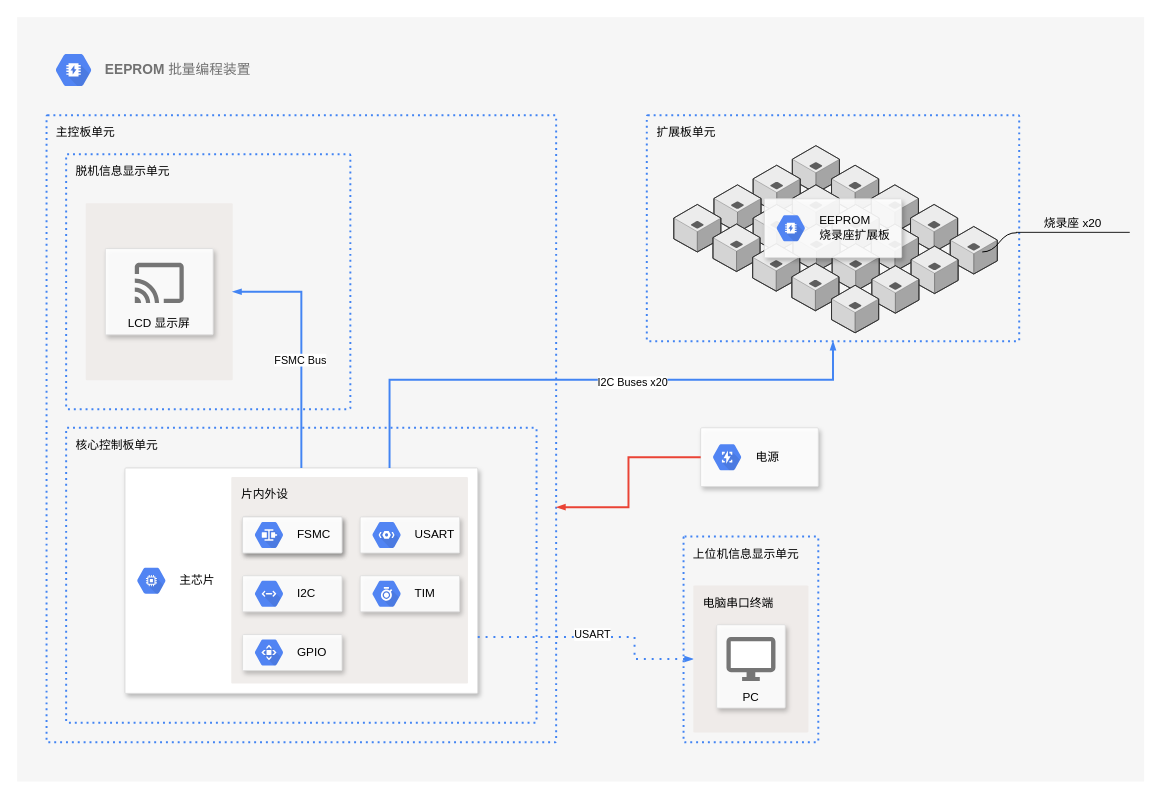
SummerFalls/DrawIO keeps this draw.io diagram as EEPROM_批量编程装置/EEPROM_批量编程装置.drawio. Above is the earlier version. Source tidied: cells renumbered, new cells numbered last; positions are measured from the earlier drawing's top-left corner, leaving out a move shared by most shapes. Both pictures are drawn from the tidied source at 98%, with x=0, y=0 at pixel (17, 17).
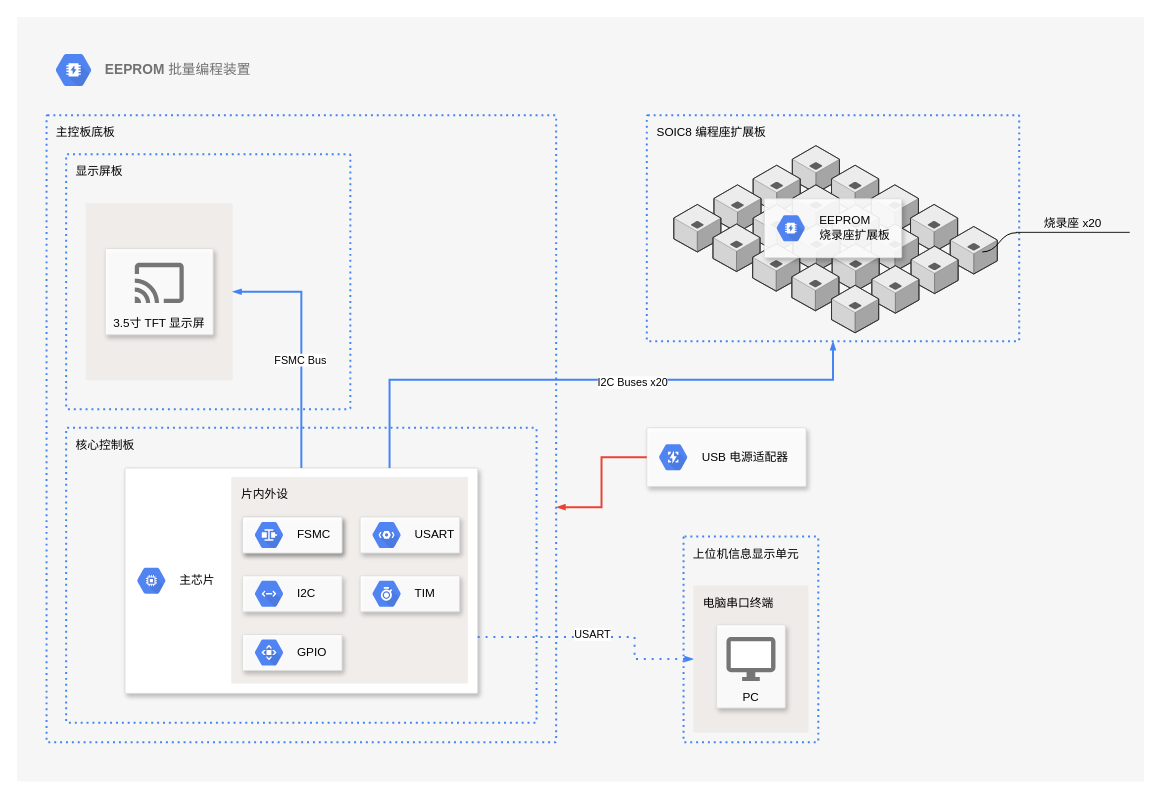
Above is the later version.

Commit message:
Update EEPROM_批量编程装置.drawio

The change refers to these unchanged cells:
```xml
<mxCell id="48" style="group;" parent="47" vertex="1">
  <mxGeometry y="10.4" width="150" height="180.4" as="geometry" />
</mxCell>
```

Diff of the diagram source:
```diff
@@
-    <mxCell id="4" value="主控板单元" style="rounded=1;absoluteArcSize=1;arcSize=2;html=1;strokeColor=#4284F3;gradientColor=none;shadow=0;dashed=1;fontSize=12;align=left;verticalAlign=top;spacing=10;spacingTop=-4;fillColor=none;dashPattern=1 2;strokeWidth=2;" parent="1" vertex="1">
+    <mxCell id="4" value="主控板底板" style="rounded=1;absoluteArcSize=1;arcSize=2;html=1;strokeColor=#4284F3;gradientColor=none;shadow=0;dashed=1;fontSize=12;align=left;verticalAlign=top;spacing=10;spacingTop=-4;fillColor=none;dashPattern=1 2;strokeWidth=2;" parent="1" vertex="1">
       <mxGeometry x="30" y="100" width="520" height="640" as="geometry" />
     </mxCell>
-    <mxCell id="5" value="脱机信息显示单元" style="rounded=1;absoluteArcSize=1;arcSize=2;html=1;strokeColor=#4284F3;gradientColor=none;shadow=0;dashed=1;fontSize=12;align=left;verticalAlign=top;spacing=10;spacingTop=-4;fillColor=none;dashPattern=1 2;strokeWidth=2;" parent="1" vertex="1">
+    <mxCell id="5" value="显示屏板" style="rounded=1;absoluteArcSize=1;arcSize=2;html=1;strokeColor=#4284F3;gradientColor=none;shadow=0;dashed=1;fontSize=12;align=left;verticalAlign=top;spacing=10;spacingTop=-4;fillColor=none;dashPattern=1 2;strokeWidth=2;" parent="1" vertex="1">
       <mxGeometry x="50" y="140" width="290" height="260" as="geometry" />
     </mxCell>
-    <mxCell id="6" value="核心控制板单元" style="rounded=1;absoluteArcSize=1;arcSize=2;html=1;strokeColor=#4284F3;gradientColor=none;shadow=0;dashed=1;fontSize=12;align=left;verticalAlign=top;spacing=10;spacingTop=-4;fillColor=none;dashPattern=1 2;strokeWidth=2;" parent="1" vertex="1">
+    <mxCell id="6" value="核心控制板" style="rounded=1;absoluteArcSize=1;arcSize=2;html=1;strokeColor=#4284F3;gradientColor=none;shadow=0;dashed=1;fontSize=12;align=left;verticalAlign=top;spacing=10;spacingTop=-4;fillColor=none;dashPattern=1 2;strokeWidth=2;" parent="1" vertex="1">
       <mxGeometry x="50" y="419" width="480" height="301" as="geometry" />
     </mxCell>
-    <mxCell id="7" value="扩展板单元" style="rounded=1;absoluteArcSize=1;arcSize=2;html=1;strokeColor=#4284F3;gradientColor=none;shadow=0;dashed=1;fontSize=12;align=left;verticalAlign=top;spacing=10;spacingTop=-4;fillColor=none;dashPattern=1 2;strokeWidth=2;" parent="1" vertex="1">
+    <mxCell id="7" value="SOIC8 编程座扩展板" style="rounded=1;absoluteArcSize=1;arcSize=2;html=1;strokeColor=#4284F3;gradientColor=none;shadow=0;dashed=1;fontSize=12;align=left;verticalAlign=top;spacing=10;spacingTop=-4;fillColor=none;dashPattern=1 2;strokeWidth=2;" parent="1" vertex="1">
       <mxGeometry x="642.5" y="100" width="380" height="230.8" as="geometry" />
     </mxCell>
@@
-    <mxCell id="50" value="LCD 显示屏" style="strokeColor=#dddddd;shadow=1;strokeWidth=1;rounded=1;absoluteArcSize=1;arcSize=2;labelPosition=center;verticalLabelPosition=middle;align=center;verticalAlign=bottom;spacingLeft=0;fontSize=12;whiteSpace=wrap;spacingBottom=2;labelBackgroundColor=none;fillColor=#ffffff;gradientColor=none;opacity=90;html=0;imageAlign=center;imageVerticalAlign=middle;" parent="48" vertex="1">
+    <mxCell id="50" value="3.5寸 TFT 显示屏" style="strokeColor=#dddddd;shadow=1;strokeWidth=1;rounded=1;absoluteArcSize=1;arcSize=2;labelPosition=center;verticalLabelPosition=middle;align=center;verticalAlign=bottom;spacingLeft=0;fontSize=12;whiteSpace=wrap;spacingBottom=2;labelBackgroundColor=none;fillColor=#ffffff;gradientColor=none;opacity=90;html=0;imageAlign=center;imageVerticalAlign=middle;" parent="48" vertex="1">
       <mxGeometry x="20" y="46.2" width="110" height="88" as="geometry" />
     </mxCell>
@@
     <mxCell id="54" style="strokeColor=#dddddd;shadow=1;strokeWidth=1;rounded=1;absoluteArcSize=1;arcSize=2;labelBackgroundColor=none;fontColor=#000000;fillColor=#ffffff;gradientColor=none;align=center;verticalAlign=bottom;opacity=90;html=0;" parent="1" vertex="1">
-      <mxGeometry x="697.5" y="419" width="120" height="60" as="geometry" />
+      <mxGeometry x="642.5" y="419" width="162.5" height="60" as="geometry" />
     </mxCell>
-    <mxCell id="55" value="电源" style="dashed=0;html=1;fillColor=#5184F3;strokeColor=none;shape=mxgraph.gcp2.hexIcon;prIcon=debugger;labelPosition=right;verticalLabelPosition=middle;align=left;verticalAlign=middle;spacingLeft=5;fontSize=12;" parent="54" vertex="1">
+    <mxCell id="55" value="USB 电源适配器" style="dashed=0;html=1;fillColor=#5184F3;strokeColor=none;shape=mxgraph.gcp2.hexIcon;prIcon=debugger;labelPosition=right;verticalLabelPosition=middle;align=left;verticalAlign=middle;spacingLeft=5;fontSize=12;" parent="54" vertex="1">
       <mxGeometry y="0.5" width="44" height="39" relative="1" as="geometry">
         <mxPoint x="5" y="-19.5" as="offset" />
       </mxGeometry>
     </mxCell>
```
